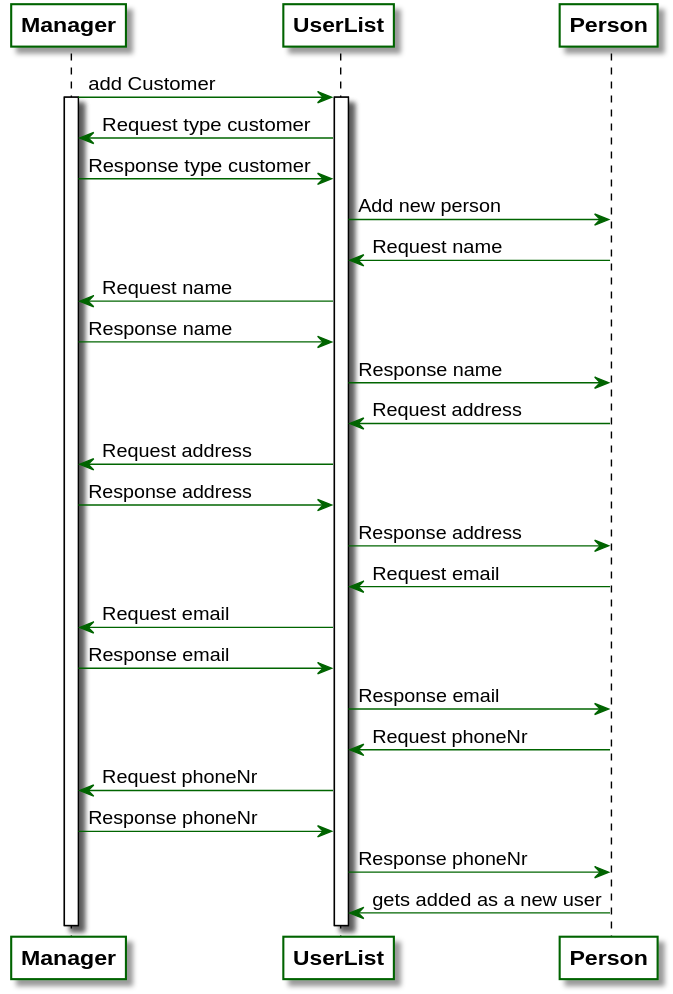
This is src/main/asciidoc/models/analysis/SequenceDiagrams/SequenceDiagram5.svg from LimitlessGreen/swt18w43, a PlantUML export, as it was before one commit. Source of this version:
```plantuml
@startuml

skinparam linetype ortho
hide circle

skinparam participant{
    BorderColor darkgreen
    BackgroundColor white
    FontStyle bold
}

skinparam arrow{
    Color darkgreen
}

skinparam sequence{
    LifeLineBorderColor black
}

Manager -> UserList: add Customer
activate Manager
activate UserList
Manager <- UserList: Request type customer
Manager -> UserList: Response type customer
UserList -> Person: Add new person
Person -> UserList: Request name
UserList -> Manager: Request name
UserList <- Manager: Response name
UserList -> Person: Response name
Person -> UserList: Request address
UserList -> Manager: Request address
UserList <- Manager: Response address
UserList -> Person: Response address
Person -> UserList: Request email
UserList -> Manager: Request email
UserList <- Manager: Response email
UserList -> Person: Response email
Person -> UserList: Request phoneNr
UserList -> Manager: Request phoneNr
UserList <- Manager: Response phoneNr
UserList -> Person: Response phoneNr
Person -> UserList: gets added as a new user

@enduml
```
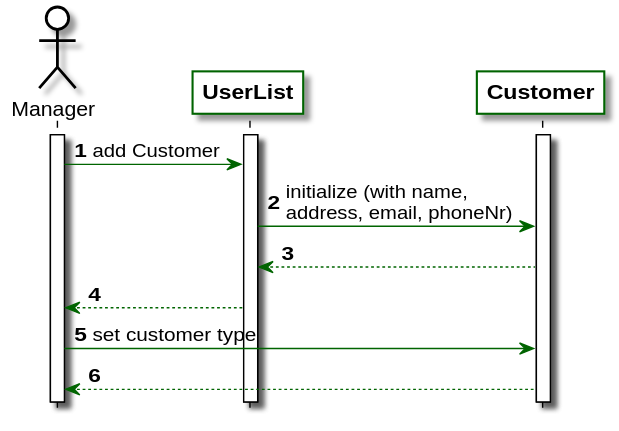
Later version of the same file.

The edit, as a diff of the source:
```diff
@@ -2,11 +2,19 @@
 
 skinparam linetype ortho
 hide circle
+autonumber
+hide footbox
 
 skinparam participant{
     BorderColor darkgreen
     BackgroundColor white
     FontStyle bold
+    padding 30
+}
+
+skinparam Actor{
+    BorderColor black
+    BackgroundColor white
 }
 
 skinparam arrow{
@@ -16,29 +24,19 @@
 skinparam sequence{
     LifeLineBorderColor black
 }
+actor Manager
+
+activate Manager
+activate UserList
+activate Customer
 
 Manager -> UserList: add Customer
-activate Manager
-activate UserList
-Manager <- UserList: Request type customer
-Manager -> UserList: Response type customer
-UserList -> Person: Add new person
-Person -> UserList: Request name
-UserList -> Manager: Request name
-UserList <- Manager: Response name
-UserList -> Person: Response name
-Person -> UserList: Request address
-UserList -> Manager: Request address
-UserList <- Manager: Response address
-UserList -> Person: Response address
-Person -> UserList: Request email
-UserList -> Manager: Request email
-UserList <- Manager: Response email
-UserList -> Person: Response email
-Person -> UserList: Request phoneNr
-UserList -> Manager: Request phoneNr
-UserList <- Manager: Response phoneNr
-UserList -> Person: Response phoneNr
-Person -> UserList: gets added as a new user
+UserList -> Customer: initialize (with name, \naddress, email, phoneNr)
+UserList <-- Customer
+Manager <-- UserList
+Manager -> Customer: set customer type
+Manager <-- Customer
+
+
 
 @enduml
```
